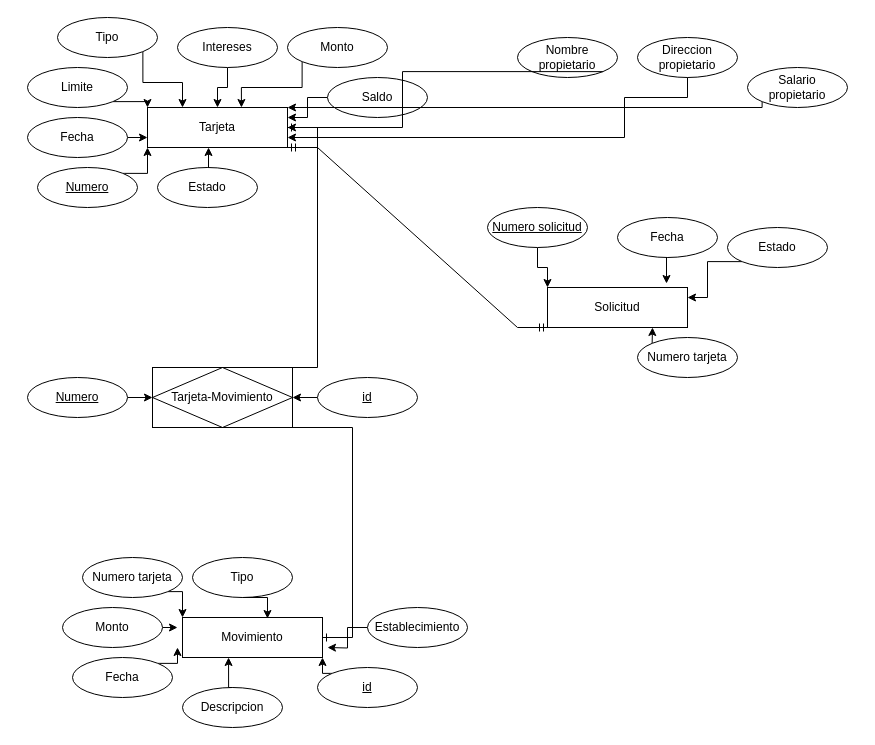
This is diagramaER.drawio from MynorDaniel/gestor-tarjetas-de-credito, a draw.io file, before an edit. Source tidied: cells renumbered, new cells numbered last; positions are measured from the earlier drawing's top-left corner, leaving out a move shared by most shapes. Both pictures are drawn from the tidied source at 100%, with x=0, y=0 at pixel (27, 17).
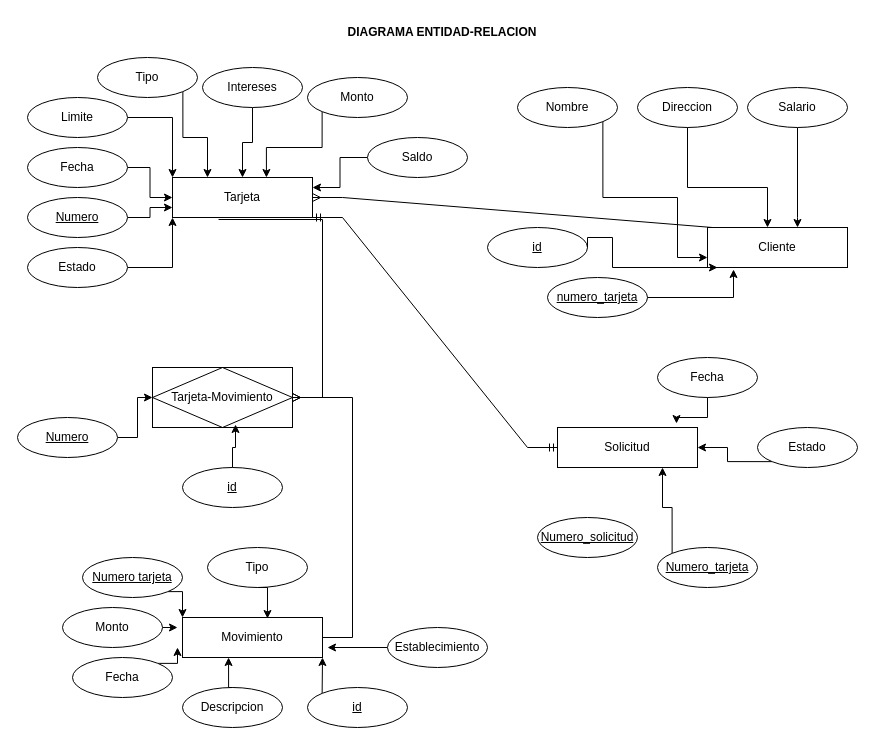
After the change.

The change refers to these unchanged cells:
```xml
<mxCell id="4" value="Movimiento" style="whiteSpace=wrap;html=1;align=center;" parent="1" vertex="1">
  <mxGeometry x="155" y="600" width="140" height="40" as="geometry" />
</mxCell>
<mxCell id="47" value="Tarjeta-Movimiento" style="shape=associativeEntity;whiteSpace=wrap;html=1;align=center;" parent="1" vertex="1">
  <mxGeometry x="125" y="350" width="140" height="60" as="geometry" />
</mxCell>
```

What changed in the source:
```diff
@@
     <mxCell id="2" value="Tarjeta" style="whiteSpace=wrap;html=1;align=center;" parent="1" vertex="1">
-      <mxGeometry x="120" y="90" width="140" height="40" as="geometry" />
+      <mxGeometry x="145" y="160" width="140" height="40" as="geometry" />
     </mxCell>
     <mxCell id="3" value="Solicitud" style="whiteSpace=wrap;html=1;align=center;" parent="1" vertex="1">
-      <mxGeometry x="520" y="270" width="140" height="40" as="geometry" />
+      <mxGeometry x="530" y="410" width="140" height="40" as="geometry" />
     </mxCell>
@@
-    <mxCell id="5" style="edgeStyle=orthogonalEdgeStyle;rounded=0;jettySize=auto;html=1;exitX=1;exitY=0;exitDx=0;exitDy=0;entryX=0;entryY=1;entryDx=0;entryDy=0;" parent="1" edge="1" source="6" target="2">
+    <mxCell id="5" style="edgeStyle=orthogonalEdgeStyle;rounded=0;jettySize=auto;html=1;exitX=1;exitY=0.5;exitDx=0;exitDy=0;entryX=0;entryY=0.75;entryDx=0;entryDy=0;" parent="1" edge="1" source="6" target="2">
       <mxGeometry relative="1" as="geometry" />
     </mxCell>
     <mxCell id="6" value="Numero" style="ellipse;whiteSpace=wrap;html=1;align=center;fontStyle=4;" parent="1" vertex="1">
-      <mxGeometry x="10" y="150" width="100" height="40" as="geometry" />
+      <mxGeometry y="180" width="100" height="40" as="geometry" />
     </mxCell>
-    <mxCell id="7" value="Direccion&lt;div&gt;propietario&lt;br&gt;&lt;/div&gt;" style="ellipse;whiteSpace=wrap;html=1;align=center;" parent="1" vertex="1">
-      <mxGeometry x="610" y="20" width="100" height="40" as="geometry" />
+    <mxCell id="7" value="&lt;div&gt;Direccion&lt;/div&gt;" style="ellipse;whiteSpace=wrap;html=1;align=center;" parent="1" vertex="1">
+      <mxGeometry x="610" y="70" width="100" height="40" as="geometry" />
     </mxCell>
-    <mxCell id="8" value="Nombre propietario" style="ellipse;whiteSpace=wrap;html=1;align=center;" parent="1" vertex="1">
-      <mxGeometry x="490" y="20" width="100" height="40" as="geometry" />
+    <mxCell id="8" value="Nombre" style="ellipse;whiteSpace=wrap;html=1;align=center;" parent="1" vertex="1">
+      <mxGeometry x="490" y="70" width="100" height="40" as="geometry" />
     </mxCell>
+    <mxCell id="31" style="edgeStyle=orthogonalEdgeStyle;rounded=0;jettySize=auto;html=1;exitX=1;exitY=0.5;exitDx=0;exitDy=0;entryX=0;entryY=1;entryDx=0;entryDy=0;" parent="1" edge="1" source="9" target="2">
+      <mxGeometry relative="1" as="geometry" />
+    </mxCell>
     <mxCell id="9" value="Estado" style="ellipse;whiteSpace=wrap;html=1;align=center;" parent="1" vertex="1">
-      <mxGeometry x="130" y="150" width="100" height="40" as="geometry" />
+      <mxGeometry y="230" width="100" height="40" as="geometry" />
     </mxCell>
@@
     <mxCell id="11" value="Tipo" style="ellipse;whiteSpace=wrap;html=1;align=center;" parent="1" vertex="1">
-      <mxGeometry x="30" width="100" height="40" as="geometry" />
+      <mxGeometry x="70" y="40" width="100" height="40" as="geometry" />
     </mxCell>
@@
     <mxCell id="13" value="Saldo" style="ellipse;whiteSpace=wrap;html=1;align=center;" parent="1" vertex="1">
-      <mxGeometry x="300" y="60" width="100" height="40" as="geometry" />
+      <mxGeometry x="340" y="120" width="100" height="40" as="geometry" />
     </mxCell>
@@
     <mxCell id="15" value="Intereses" style="ellipse;whiteSpace=wrap;html=1;align=center;" parent="1" vertex="1">
-      <mxGeometry x="150" y="10" width="100" height="40" as="geometry" />
+      <mxGeometry x="175" y="50" width="100" height="40" as="geometry" />
     </mxCell>
@@
     <mxCell id="17" value="Monto" style="ellipse;whiteSpace=wrap;html=1;align=center;" parent="1" vertex="1">
-      <mxGeometry x="260" y="10" width="100" height="40" as="geometry" />
+      <mxGeometry x="280" y="60" width="100" height="40" as="geometry" />
     </mxCell>
-    <mxCell id="18" style="edgeStyle=orthogonalEdgeStyle;rounded=0;jettySize=auto;html=1;exitX=1;exitY=0.5;exitDx=0;exitDy=0;entryX=0;entryY=0.75;entryDx=0;entryDy=0;" parent="1" edge="1" source="19" target="2">
+    <mxCell id="18" style="edgeStyle=orthogonalEdgeStyle;rounded=0;jettySize=auto;html=1;exitX=1;exitY=0.5;exitDx=0;exitDy=0;entryX=0;entryY=0.5;entryDx=0;entryDy=0;" parent="1" edge="1" source="19" target="2">
       <mxGeometry relative="1" as="geometry" />
     </mxCell>
     <mxCell id="19" value="Fecha" style="ellipse;whiteSpace=wrap;html=1;align=center;" parent="1" vertex="1">
-      <mxGeometry y="100" width="100" height="40" as="geometry" />
+      <mxGeometry y="130" width="100" height="40" as="geometry" />
     </mxCell>
-    <mxCell id="20" style="edgeStyle=orthogonalEdgeStyle;rounded=0;jettySize=auto;html=1;exitX=1;exitY=1;exitDx=0;exitDy=0;entryX=0;entryY=0;entryDx=0;entryDy=0;" parent="1" edge="1" source="21" target="2">
+    <mxCell id="20" style="edgeStyle=orthogonalEdgeStyle;rounded=0;jettySize=auto;html=1;exitX=1;exitY=0.5;exitDx=0;exitDy=0;entryX=0;entryY=0;entryDx=0;entryDy=0;" parent="1" edge="1" source="21" target="2">
       <mxGeometry relative="1" as="geometry" />
     </mxCell>
     <mxCell id="21" value="Limite" style="ellipse;whiteSpace=wrap;html=1;align=center;" parent="1" vertex="1">
-      <mxGeometry y="50" width="100" height="40" as="geometry" />
+      <mxGeometry y="80" width="100" height="40" as="geometry" />
     </mxCell>
-    <mxCell id="22" style="edgeStyle=orthogonalEdgeStyle;rounded=0;jettySize=auto;html=1;exitX=0.5;exitY=1;exitDx=0;exitDy=0;entryX=0;entryY=0;entryDx=0;entryDy=0;" parent="1" edge="1" source="23" target="3">
-      <mxGeometry relative="1" as="geometry" />
-    </mxCell>
-    <mxCell id="23" value="&lt;u&gt;Numero solicitud&lt;/u&gt;" style="ellipse;whiteSpace=wrap;html=1;align=center;" parent="1" vertex="1">
-      <mxGeometry x="460" y="190" width="100" height="40" as="geometry" />
-    </mxCell>
     <mxCell id="24" value="Fecha" style="ellipse;whiteSpace=wrap;html=1;align=center;" parent="1" vertex="1">
-      <mxGeometry x="590" y="200" width="100" height="40" as="geometry" />
+      <mxGeometry x="630" y="340" width="100" height="40" as="geometry" />
     </mxCell>
-    <mxCell id="25" style="edgeStyle=orthogonalEdgeStyle;rounded=0;jettySize=auto;html=1;exitX=0;exitY=1;exitDx=0;exitDy=0;entryX=1;entryY=0;entryDx=0;entryDy=0;" parent="1" edge="1" source="26" target="2">
+    <mxCell id="25" style="edgeStyle=orthogonalEdgeStyle;rounded=0;jettySize=auto;html=1;exitX=0.5;exitY=1;exitDx=0;exitDy=0;entryX=0.643;entryY=0;entryDx=0;entryDy=0;entryPerimeter=0;" parent="1" edge="1" source="26" target="57">
       <mxGeometry relative="1" as="geometry">
         <Array as="points">
-          <mxPoint x="735" y="90" />
+          <mxPoint x="770" y="200" />
         </Array>
       </mxGeometry>
     </mxCell>
-    <mxCell id="26" value="Salario&lt;div&gt;propietario&lt;br&gt;&lt;/div&gt;" style="ellipse;whiteSpace=wrap;html=1;align=center;" parent="1" vertex="1">
-      <mxGeometry x="720" y="50" width="100" height="40" as="geometry" />
+    <mxCell id="26" value="&lt;div&gt;Salario&lt;/div&gt;" style="ellipse;whiteSpace=wrap;html=1;align=center;" parent="1" vertex="1">
+      <mxGeometry x="720" y="70" width="100" height="40" as="geometry" />
     </mxCell>
-    <mxCell id="27" style="edgeStyle=orthogonalEdgeStyle;rounded=0;jettySize=auto;html=1;exitX=0;exitY=1;exitDx=0;exitDy=0;entryX=1;entryY=0.25;entryDx=0;entryDy=0;" parent="1" edge="1" source="28" target="3">
+    <mxCell id="27" style="edgeStyle=orthogonalEdgeStyle;rounded=0;jettySize=auto;html=1;exitX=0;exitY=1;exitDx=0;exitDy=0;entryX=1;entryY=0.5;entryDx=0;entryDy=0;" parent="1" edge="1" source="28" target="3">
       <mxGeometry relative="1" as="geometry" />
     </mxCell>
     <mxCell id="28" value="Estado" style="ellipse;whiteSpace=wrap;html=1;align=center;" parent="1" vertex="1">
-      <mxGeometry x="700" y="210" width="100" height="40" as="geometry" />
+      <mxGeometry x="730" y="410" width="100" height="40" as="geometry" />
     </mxCell>
     <mxCell id="29" value="Tipo" style="ellipse;whiteSpace=wrap;html=1;align=center;" parent="1" vertex="1">
-      <mxGeometry x="165" y="540" width="100" height="40" as="geometry" />
+      <mxGeometry x="180" y="530" width="100" height="40" as="geometry" />
     </mxCell>
-    <mxCell id="30" style="edgeStyle=entityRelationEdgeStyle;fontSize=12;html=1;endArrow=ERmandOne;startArrow=ERmandOne;rounded=0;entryX=1;entryY=1;entryDx=0;entryDy=0;exitX=0;exitY=1;exitDx=0;exitDy=0;" parent="1" edge="1" source="3" target="2">
-      <mxGeometry relative="1" as="geometry" />
+    <mxCell id="30" style="edgeStyle=entityRelationEdgeStyle;fontSize=12;html=1;endArrow=ERmandOne;startArrow=ERmandOne;rounded=0;entryX=1;entryY=1;entryDx=0;entryDy=0;" parent="1" edge="1" source="3" target="2">
+      <mxGeometry relative="1" as="geometry">
+        <Array as="points">
+          <mxPoint x="270" y="230" />
+        </Array>
+      </mxGeometry>
     </mxCell>
-    <mxCell id="31" style="edgeStyle=orthogonalEdgeStyle;rounded=0;jettySize=auto;html=1;exitX=0.5;exitY=0;exitDx=0;exitDy=0;entryX=0.436;entryY=1;entryDx=0;entryDy=0;entryPerimeter=0;" parent="1" edge="1" source="9" target="2">
-      <mxGeometry relative="1" as="geometry" />
-    </mxCell>
@@
-    <mxCell id="34" style="edgeStyle=orthogonalEdgeStyle;rounded=0;jettySize=auto;html=1;exitX=0.5;exitY=1;exitDx=0;exitDy=0;entryX=1;entryY=0.75;entryDx=0;entryDy=0;" parent="1" edge="1" source="7" target="2">
+    <mxCell id="34" style="edgeStyle=orthogonalEdgeStyle;rounded=0;jettySize=auto;html=1;exitX=0.5;exitY=1;exitDx=0;exitDy=0;" parent="1" edge="1" source="7" target="57">
       <mxGeometry relative="1" as="geometry">
         <Array as="points">
-          <mxPoint x="660" y="80" />
-          <mxPoint x="597" y="80" />
-          <mxPoint x="597" y="120" />
+          <mxPoint x="660" y="170" />
+          <mxPoint x="740" y="170" />
         </Array>
       </mxGeometry>
     </mxCell>
-    <mxCell id="35" style="edgeStyle=orthogonalEdgeStyle;rounded=0;jettySize=auto;html=1;exitX=1;exitY=1;exitDx=0;exitDy=0;entryX=1;entryY=0.5;entryDx=0;entryDy=0;" parent="1" edge="1" source="8" target="2">
-      <mxGeometry relative="1" as="geometry" />
+    <mxCell id="35" style="edgeStyle=orthogonalEdgeStyle;rounded=0;jettySize=auto;html=1;exitX=1;exitY=1;exitDx=0;exitDy=0;entryX=0;entryY=0.75;entryDx=0;entryDy=0;" parent="1" edge="1" source="8" target="57">
+      <mxGeometry relative="1" as="geometry">
+        <Array as="points">
+          <mxPoint x="575" y="180" />
+          <mxPoint x="650" y="180" />
+          <mxPoint x="650" y="240" />
+        </Array>
+      </mxGeometry>
     </mxCell>
@@
-    <mxCell id="39" value="Numero tarjeta" style="ellipse;whiteSpace=wrap;html=1;align=center;" parent="1" vertex="1">
+    <mxCell id="39" value="&lt;u&gt;Numero tarjeta&lt;/u&gt;" style="ellipse;whiteSpace=wrap;html=1;align=center;" parent="1" vertex="1">
       <mxGeometry x="55" y="540" width="100" height="40" as="geometry" />
     </mxCell>
@@
-    <mxCell id="44" value="Numero tarjeta" style="ellipse;whiteSpace=wrap;html=1;align=center;" parent="1" vertex="1">
-      <mxGeometry x="610" y="320" width="100" height="40" as="geometry" />
+    <mxCell id="44" value="&lt;u&gt;Numero_tarjeta&lt;/u&gt;" style="ellipse;whiteSpace=wrap;html=1;align=center;" parent="1" vertex="1">
+      <mxGeometry x="630" y="530" width="100" height="40" as="geometry" />
     </mxCell>
@@
     <mxCell id="46" value="Establecimiento" style="ellipse;whiteSpace=wrap;html=1;align=center;" parent="1" vertex="1">
-      <mxGeometry x="340" y="590" width="100" height="40" as="geometry" />
+      <mxGeometry x="360" y="610" width="100" height="40" as="geometry" />
     </mxCell>
@@
     <mxCell id="49" value="&lt;u&gt;id&lt;/u&gt;" style="ellipse;whiteSpace=wrap;html=1;align=center;" parent="1" vertex="1">
-      <mxGeometry x="290" y="650" width="100" height="40" as="geometry" />
+      <mxGeometry x="280" y="670" width="100" height="40" as="geometry" />
     </mxCell>
-    <mxCell id="50" style="edgeStyle=orthogonalEdgeStyle;rounded=0;jettySize=auto;html=1;exitX=0;exitY=0.5;exitDx=0;exitDy=0;entryX=1;entryY=0.5;entryDx=0;entryDy=0;" parent="1" edge="1" source="51" target="47">
-      <mxGeometry relative="1" as="geometry" />
-    </mxCell>
     <mxCell id="51" value="&lt;u&gt;id&lt;/u&gt;" style="ellipse;whiteSpace=wrap;html=1;align=center;" parent="1" vertex="1">
-      <mxGeometry x="290" y="360" width="100" height="40" as="geometry" />
+      <mxGeometry x="155" y="450" width="100" height="40" as="geometry" />
     </mxCell>
@@
     <mxCell id="53" value="Numero" style="ellipse;whiteSpace=wrap;html=1;align=center;fontStyle=4;" parent="1" vertex="1">
-      <mxGeometry y="360" width="100" height="40" as="geometry" />
+      <mxGeometry x="-10" y="400" width="100" height="40" as="geometry" />
     </mxCell>
-    <mxCell id="54" style="edgeStyle=entityRelationEdgeStyle;fontSize=12;html=1;endArrow=ERone;endFill=1;rounded=0;exitX=0.75;exitY=1;exitDx=0;exitDy=0;" parent="1" edge="1" source="47" target="4">
-      <mxGeometry relative="1" as="geometry" />
-    </mxCell>
-    <mxCell id="55" style="edgeStyle=entityRelationEdgeStyle;fontSize=12;html=1;endArrow=ERone;endFill=1;rounded=0;exitX=0.55;exitY=0;exitDx=0;exitDy=0;exitPerimeter=0;" parent="1" edge="1" source="47" target="2">
-      <mxGeometry relative="1" as="geometry">
-        <Array as="points">
-          <mxPoint x="250" y="250" />
-          <mxPoint x="270" y="200" />
-        </Array>
-      </mxGeometry>
-    </mxCell>
@@
+    <mxCell id="57" value="Cliente" style="whiteSpace=wrap;html=1;align=center;" parent="1" vertex="1">
+      <mxGeometry x="680" y="210" width="140" height="40" as="geometry" />
+    </mxCell>
+    <mxCell id="58" value="&lt;u&gt;id&lt;/u&gt;" style="ellipse;whiteSpace=wrap;html=1;align=center;" parent="1" vertex="1">
+      <mxGeometry x="460" y="210" width="100" height="40" as="geometry" />
+    </mxCell>
+    <mxCell id="59" style="edgeStyle=orthogonalEdgeStyle;rounded=0;jettySize=auto;html=1;exitX=1;exitY=0.5;exitDx=0;exitDy=0;entryX=0;entryY=0.75;entryDx=0;entryDy=0;" parent="1" edge="1" source="58">
+      <mxGeometry relative="1" as="geometry">
+        <mxPoint x="690" y="250" as="targetPoint" />
+        <Array as="points">
+          <mxPoint x="585" y="220" />
+          <mxPoint x="585" y="250" />
+        </Array>
+      </mxGeometry>
+    </mxCell>
+    <mxCell id="60" value="&lt;b style=&quot;&quot;&gt;DIAGRAMA ENTIDAD-RELACION&lt;/b&gt;" style="text;strokeColor=none;align=center;fillColor=none;html=1;verticalAlign=middle;whiteSpace=wrap;rounded=0;" parent="1" vertex="1">
+      <mxGeometry x="295" width="240" height="30" as="geometry" />
+    </mxCell>
+    <mxCell id="61" style="edgeStyle=entityRelationEdgeStyle;fontSize=12;html=1;endArrow=ERmany;rounded=0;exitX=0.329;exitY=1.05;exitDx=0;exitDy=0;exitPerimeter=0;" parent="1" edge="1" source="2" target="47">
+      <mxGeometry relative="1" as="geometry" />
+    </mxCell>
+    <mxCell id="62" style="edgeStyle=entityRelationEdgeStyle;fontSize=12;html=1;endArrow=ERmany;rounded=0;" parent="1" edge="1" source="4" target="47">
+      <mxGeometry relative="1" as="geometry" />
+    </mxCell>
+    <mxCell id="50" style="edgeStyle=orthogonalEdgeStyle;rounded=0;jettySize=auto;html=1;exitX=0.5;exitY=0;exitDx=0;exitDy=0;entryX=0.593;entryY=0.95;entryDx=0;entryDy=0;entryPerimeter=0;" parent="1" edge="1" source="51" target="47">
+      <mxGeometry relative="1" as="geometry" />
+    </mxCell>
+    <mxCell id="63" style="edgeStyle=entityRelationEdgeStyle;fontSize=12;html=1;endArrow=ERmany;rounded=0;entryX=1;entryY=0.5;entryDx=0;entryDy=0;exitX=0.25;exitY=0;exitDx=0;exitDy=0;" parent="1" edge="1" source="57" target="2">
+      <mxGeometry relative="1" as="geometry" />
+    </mxCell>
+    <mxCell id="64" value="&lt;u&gt;numero_tarjeta&lt;/u&gt;" style="ellipse;whiteSpace=wrap;html=1;align=center;" parent="1" vertex="1">
+      <mxGeometry x="520" y="260" width="100" height="40" as="geometry" />
+    </mxCell>
+    <mxCell id="65" style="edgeStyle=orthogonalEdgeStyle;rounded=0;jettySize=auto;html=1;exitX=1;exitY=0.5;exitDx=0;exitDy=0;entryX=0.186;entryY=1.05;entryDx=0;entryDy=0;entryPerimeter=0;" parent="1" edge="1" source="64" target="57">
+      <mxGeometry relative="1" as="geometry" />
+    </mxCell>
+    <mxCell id="66" value="&lt;u&gt;Numero_solicitud&lt;/u&gt;" style="ellipse;whiteSpace=wrap;html=1;align=center;" parent="1" vertex="1">
+      <mxGeometry x="510" y="500" width="100" height="40" as="geometry" />
+    </mxCell>
```
